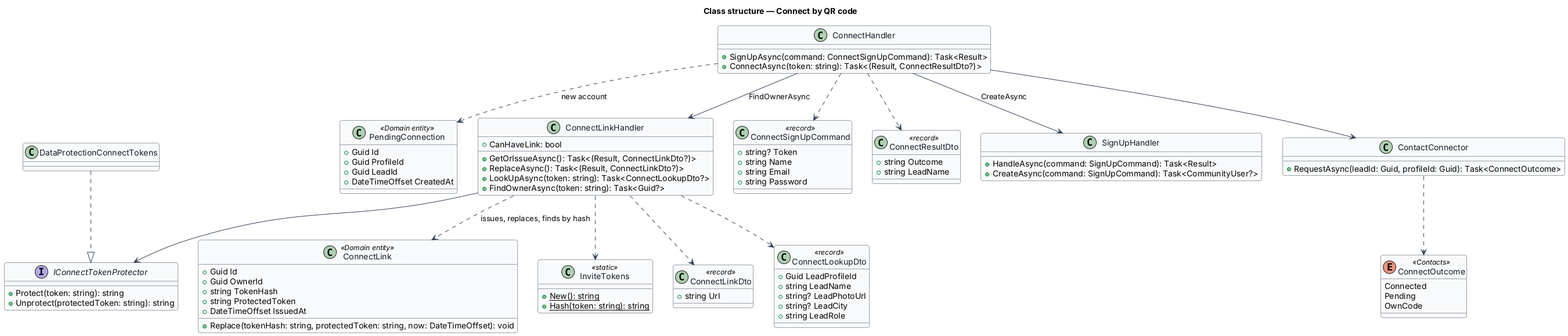
The PlantUML diagram docs/detailed-designs/invites/connect-by-qr-code/diagrams/class-structure.png in QuinntyneBrown/faithtech-community, before a commit. Source of this version:
```plantuml
@startuml
skinparam backgroundColor #FFFFFF
skinparam shadowing false
skinparam roundcorner 8
skinparam defaultFontName Arial
skinparam ArrowColor #344054
skinparam class {
  BorderColor #344054
  FontColor #101828
  BackgroundColor #F9FAFB
}
title Class structure — Connect by QR code
class ConnectLink <<Domain entity>> {
  +Guid Id
  +Guid OwnerId
  +string TokenHash
  +string ProtectedToken
  +DateTimeOffset IssuedAt
  +Replace(tokenHash: string, protectedToken: string, now: DateTimeOffset): void
}
class PendingConnection <<Domain entity>> {
  +Guid Id
  +Guid ProfileId
  +Guid LeadId
  +DateTimeOffset CreatedAt
}
class InviteTokens <<static>> {
  +{static} New(): string
  +{static} Hash(token: string): string
}
interface IConnectTokenProtector {
  +Protect(token: string): string
  +Unprotect(protectedToken: string): string
}
class DataProtectionConnectTokens
class ConnectLinkDto <<record>> {
  +string Url
}
class ConnectLookupDto <<record>> {
  +Guid LeadProfileId
  +string LeadName
  +string? LeadPhotoUrl
  +string? LeadCity
  +string LeadRole
}
class ConnectLinkHandler {
  +CanHaveLink: bool
  +GetOrIssueAsync(): Task<(Result, ConnectLinkDto?)>
  +ReplaceAsync(): Task<(Result, ConnectLinkDto?)>
  +LookUpAsync(token: string): Task<ConnectLookupDto?>
  +FindOwnerAsync(token: string): Task<Guid?>
}
class ConnectSignUpCommand <<record>> {
  +string? Token
  +string Name
  +string Email
  +string Password
}
class ConnectResultDto <<record>> {
  +string Outcome
  +string LeadName
}
enum ConnectOutcome <<Contacts>> {
  Connected
  Pending
  OwnCode
}
class ConnectHandler {
  +SignUpAsync(command: ConnectSignUpCommand): Task<Result>
  +ConnectAsync(token: string): Task<(Result, ConnectResultDto?)>
}
class SignUpHandler {
  +HandleAsync(command: SignUpCommand): Task<Result>
  +CreateAsync(command: SignUpCommand): Task<CommunityUser?>
}
class ContactConnector {
  +RequestAsync(leadId: Guid, profileId: Guid): Task<ConnectOutcome>
}
DataProtectionConnectTokens ..|> IConnectTokenProtector
ConnectLinkHandler ..> ConnectLink : issues, replaces, finds by hash
ConnectLinkHandler ..> InviteTokens
ConnectLinkHandler --> IConnectTokenProtector
ConnectLinkHandler ..> ConnectLinkDto
ConnectLinkHandler ..> ConnectLookupDto
ConnectHandler --> ConnectLinkHandler : FindOwnerAsync
ConnectHandler --> SignUpHandler : CreateAsync
ConnectHandler --> ContactConnector
ConnectHandler ..> PendingConnection : new account
ConnectHandler ..> ConnectSignUpCommand
ConnectHandler ..> ConnectResultDto
ContactConnector ..> ConnectOutcome
@enduml
```
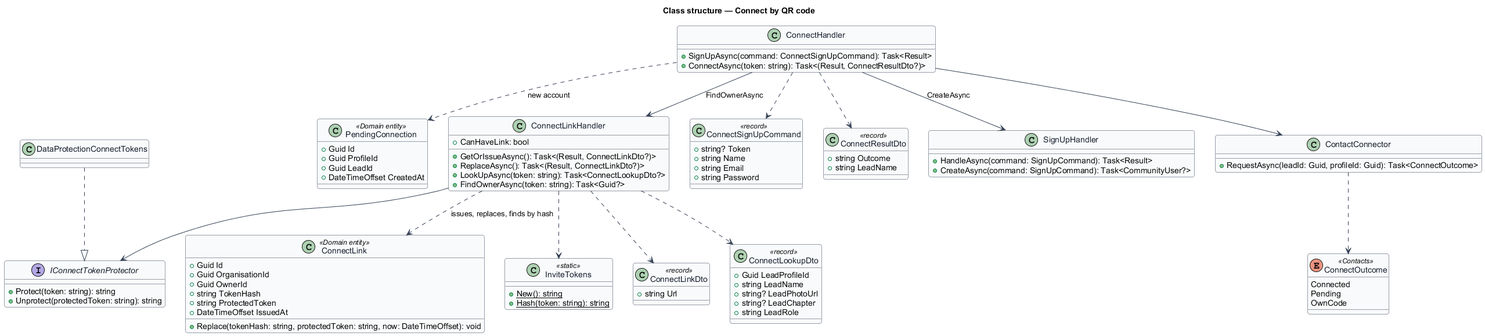
The same diagram one commit later.

What changed in the source:
```diff
@@ -12,6 +12,7 @@
 title Class structure — Connect by QR code
 class ConnectLink <<Domain entity>> {
   +Guid Id
+  +Guid OrganisationId
   +Guid OwnerId
   +string TokenHash
   +string ProtectedToken
@@ -40,7 +41,7 @@
   +Guid LeadProfileId
   +string LeadName
   +string? LeadPhotoUrl
-  +string? LeadCity
+  +string? LeadChapter
   +string LeadRole
 }
 class ConnectLinkHandler {
```
